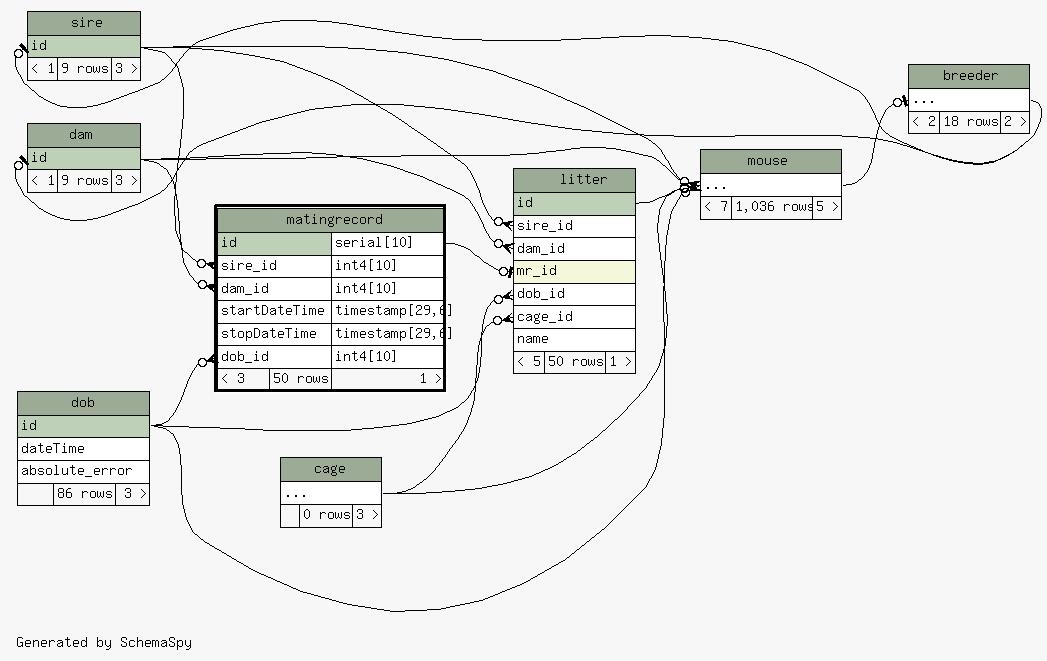
tgbugs/mlab keeps this Graphviz diagram as database/ss/diagrams/matingrecord.2degrees.png. Above is the earlier version. Its source is kept beside it as database/ss/diagrams/matingrecord.2degrees.dot.
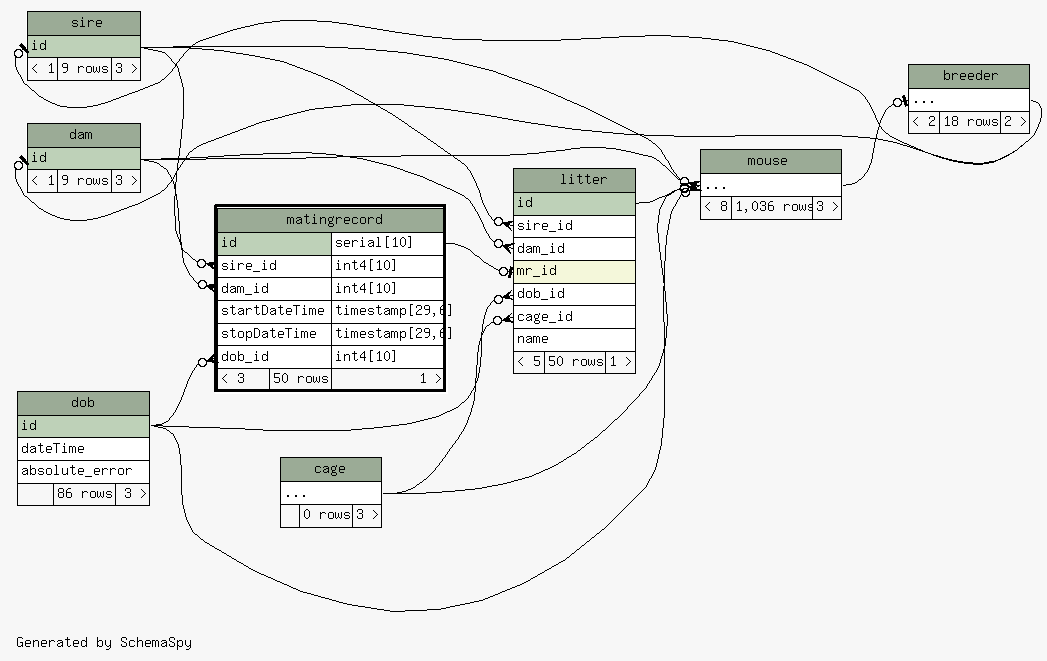
After the change.

Diff of the diagram source:
```diff
@@ -111,7 +111,7 @@
     <TABLE BORDER="0" CELLBORDER="1" CELLSPACING="0" BGCOLOR="#ffffff">
       <TR><TD COLSPAN="3" BGCOLOR="#9bab96" ALIGN="CENTER">mouse</TD></TR>
       <TR><TD PORT="elipses" COLSPAN="3" ALIGN="LEFT">...</TD></TR>
-      <TR><TD ALIGN="LEFT" BGCOLOR="#f7f7f7">&lt; 7</TD><TD ALIGN="RIGHT" BGCOLOR="#f7f7f7">1,036 rows</TD><TD ALIGN="RIGHT" BGCOLOR="#f7f7f7">5 &gt;</TD></TR>
+      <TR><TD ALIGN="LEFT" BGCOLOR="#f7f7f7">&lt; 8</TD><TD ALIGN="RIGHT" BGCOLOR="#f7f7f7">1,036 rows</TD><TD ALIGN="RIGHT" BGCOLOR="#f7f7f7">3 &gt;</TD></TR>
     </TABLE>>
     URL="mouse.html"
     tooltip="mouse"
```
